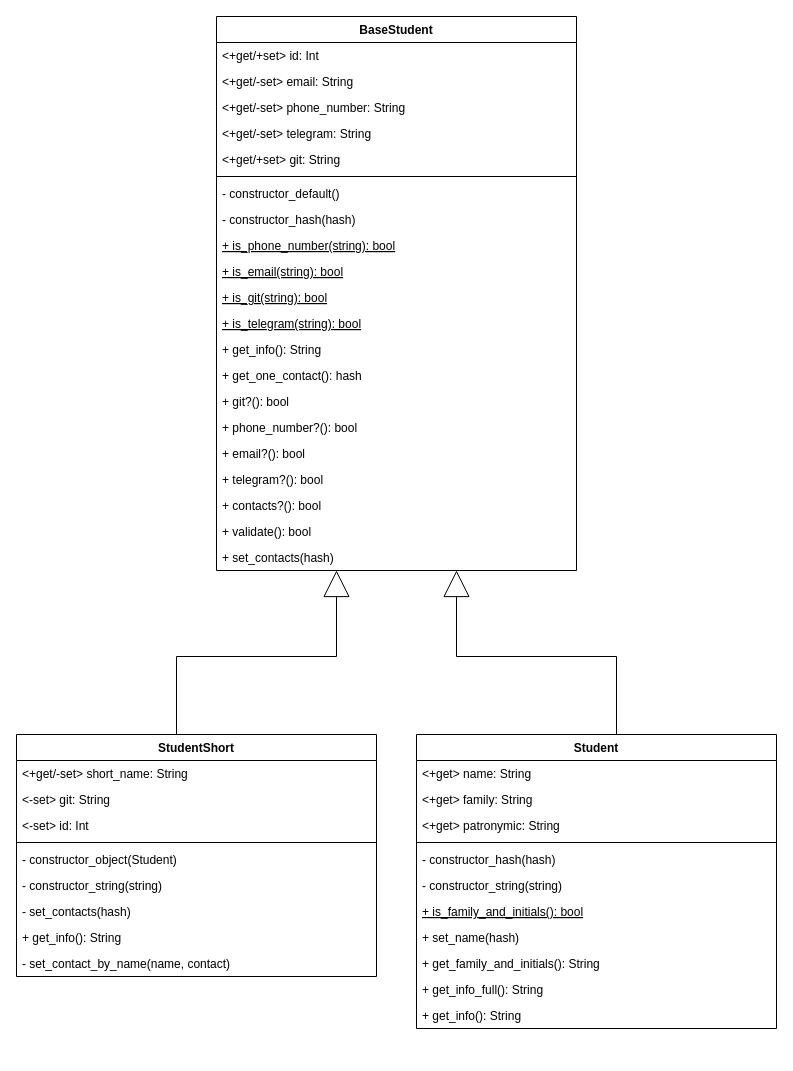
Before: lab2/docs/ClassDiagram.drawio in KirSaxhlil/PatternLabs, a draw.io diagram. Source tidied: cells renumbered, new cells numbered last; positions are measured from the earlier drawing's top-left corner, leaving out a move shared by most shapes. Both pictures are drawn from the tidied source at 100%, with x=0, y=0 at pixel (16, 16).
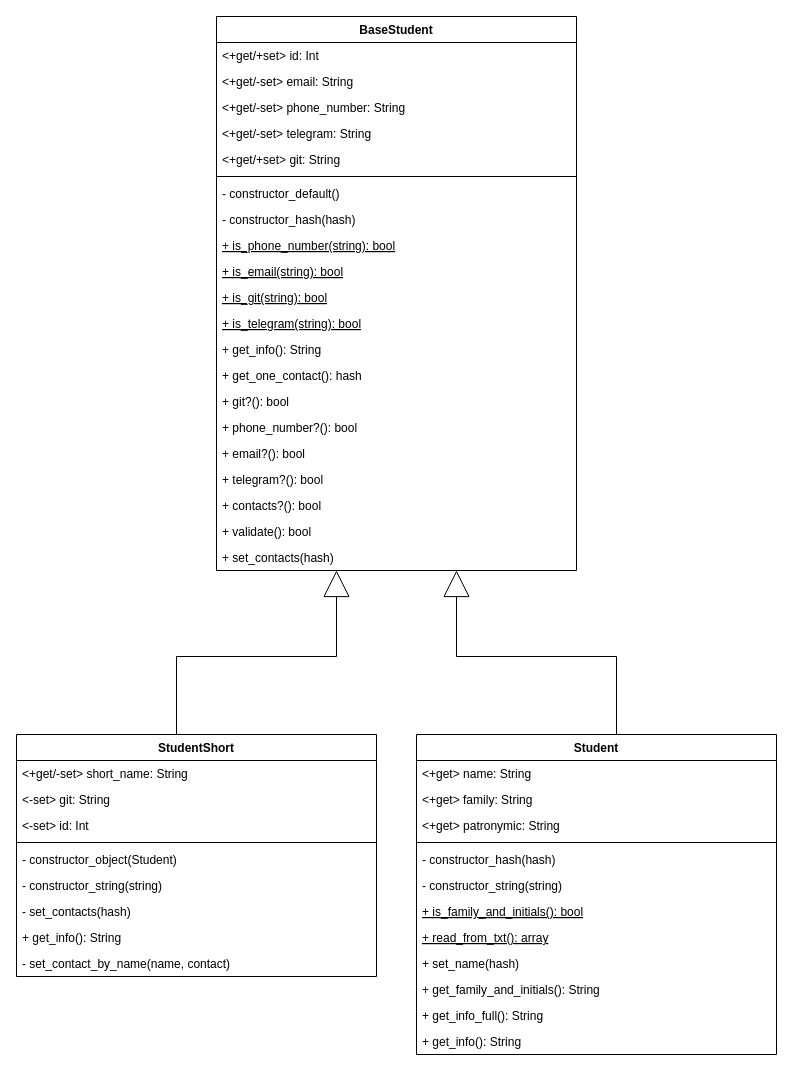
After the change.

Change to the diagram source:
```diff
@@
     <mxCell id="2" value="Student" style="swimlane;fontStyle=1;align=center;verticalAlign=top;horizontal=1;startSize=26;fillColor=default;swimlaneFillColor=default;" parent="1" vertex="1">
-      <mxGeometry x="400" y="718" width="360" height="294" as="geometry" />
+      <mxGeometry x="400" y="718" width="360" height="320" as="geometry" />
     </mxCell>
@@
+    <mxCell id="48" value="+ read_from_txt(): array" style="text;strokeColor=none;fillColor=none;align=left;verticalAlign=top;spacingLeft=4;spacingRight=4;overflow=hidden;fontStyle=4;" parent="2" vertex="1">
+      <mxGeometry y="190" width="360" height="26" as="geometry" />
+    </mxCell>
     <mxCell id="10" value="+ set_name(hash)" style="text;strokeColor=none;fillColor=none;align=left;verticalAlign=top;spacingLeft=4;spacingRight=4;overflow=hidden;fontStyle=0;" parent="2" vertex="1">
-      <mxGeometry y="190" width="360" height="26" as="geometry" />
+      <mxGeometry y="216" width="360" height="26" as="geometry" />
     </mxCell>
     <mxCell id="11" value="+ get_family_and_initials(): String" style="text;strokeColor=none;fillColor=none;align=left;verticalAlign=top;spacingLeft=4;spacingRight=4;overflow=hidden;" parent="2" vertex="1">
-      <mxGeometry y="216" width="360" height="26" as="geometry" />
+      <mxGeometry y="242" width="360" height="26" as="geometry" />
     </mxCell>
     <mxCell id="12" value="+ get_info_full(): String" style="text;strokeColor=none;fillColor=none;align=left;verticalAlign=top;spacingLeft=4;spacingRight=4;overflow=hidden;" parent="2" vertex="1">
-      <mxGeometry y="242" width="360" height="26" as="geometry" />
+      <mxGeometry y="268" width="360" height="26" as="geometry" />
     </mxCell>
     <mxCell id="13" value="+ get_info(): String" style="text;strokeColor=none;fillColor=none;align=left;verticalAlign=top;spacingLeft=4;spacingRight=4;overflow=hidden;" parent="2" vertex="1">
-      <mxGeometry y="268" width="360" height="26" as="geometry" />
+      <mxGeometry y="294" width="360" height="26" as="geometry" />
     </mxCell>
```
